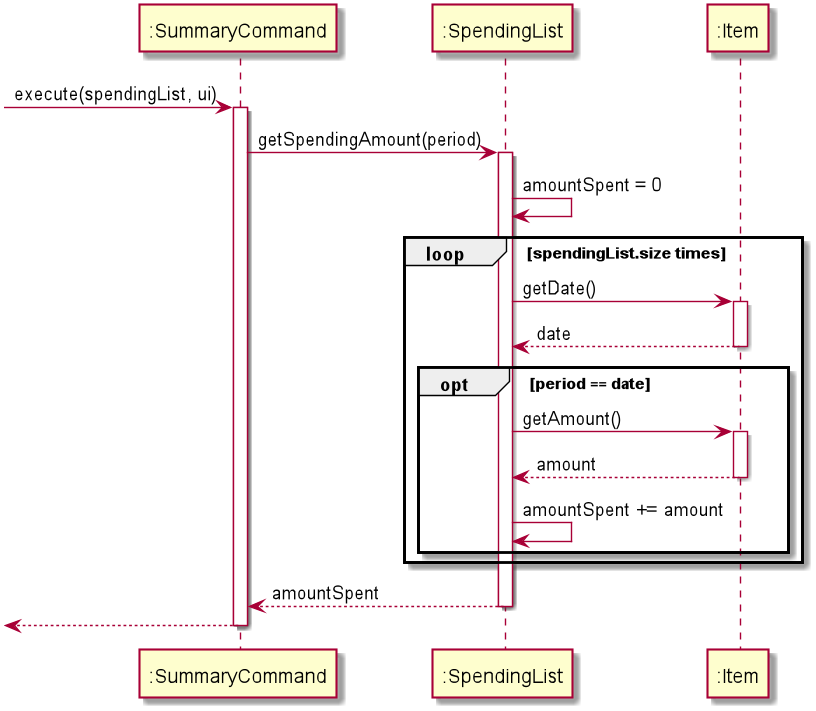
Before: docs/images/summary.png, a diagram exported from PlantUML (xieyaoyue/tp).
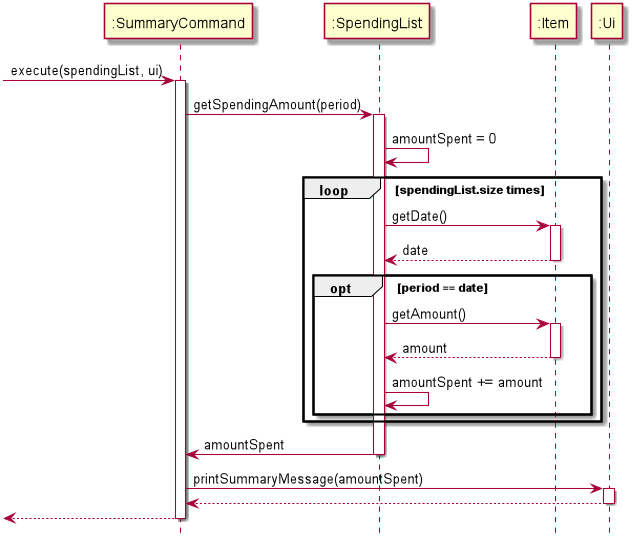
After the commit.

Commit message:
edit uml diagram

What changed in the source:
```diff
@@ -1,4 +1,6 @@
 @startuml
+hide footbox
+
 -> ":SummaryCommand": execute(spendingList, ui)
 activate ":SummaryCommand"
 
@@ -27,8 +29,12 @@
 
 end
 
-":SpendingList" --> ":SummaryCommand": amountSpent
+":SpendingList" -> ":SummaryCommand": amountSpent
 deactivate ":SpendingList"
+":SummaryCommand" -> ":Ui" : printSummaryMessage(amountSpent)
+activate ":Ui"
+":Ui" --> ":SummaryCommand"
+deactivate ":Ui"
 
 <-- ":SummaryCommand"
 deactivate ":SummaryCommand"
```
